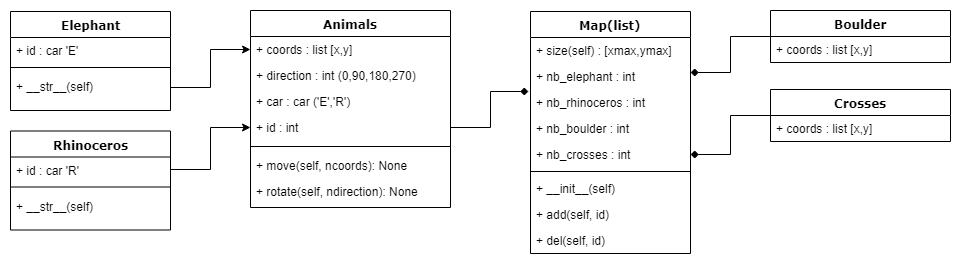
Teusner/Siam_Realm keeps this draw.io diagram as Files/Siam.png. Above is the earlier version. Source tidied: cells renumbered, new cells last; positions are measured from the earlier drawing's top-left corner, leaving out a move shared by most shapes.
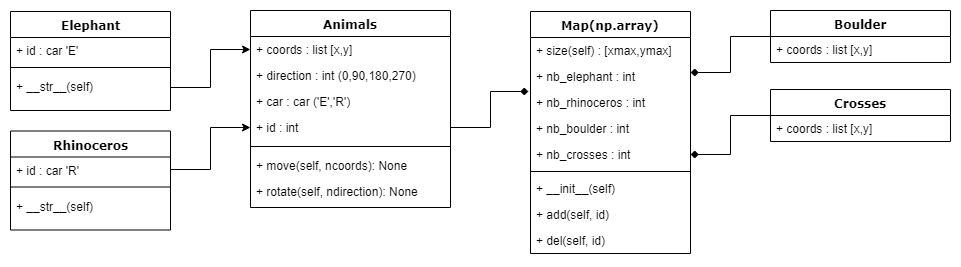
Later version of the same file.

The edit, as a diff of the source:
```diff
@@ -38,7 +38,7 @@
     <mxCell id="13" value="+ __str__(self)" style="text;html=1;strokeColor=none;fillColor=none;align=left;verticalAlign=top;spacingLeft=4;spacingRight=4;whiteSpace=wrap;overflow=hidden;points=[[0,0.5],[1,0.5]];portConstraint=eastwest;" parent="10" vertex="1">
       <mxGeometry y="62" width="160" height="28" as="geometry" />
     </mxCell>
-    <mxCell id="14" value="Map(list)" style="swimlane;html=1;fontStyle=1;align=center;verticalAlign=top;horizontal=1;startSize=26;swimlaneFillColor=#ffffff;rounded=0;shadow=0;comic=0;labelBackgroundColor=none;strokeColor=#000000;strokeWidth=1;fillColor=none;fontFamily=Verdana;fontSize=12;fontColor=#000000;" parent="1" vertex="1">
+    <mxCell id="14" value="Map(np.array)" style="swimlane;html=1;fontStyle=1;align=center;verticalAlign=top;horizontal=1;startSize=26;swimlaneFillColor=#ffffff;rounded=0;shadow=0;comic=0;labelBackgroundColor=none;strokeColor=#000000;strokeWidth=1;fillColor=none;fontFamily=Verdana;fontSize=12;fontColor=#000000;" parent="1" vertex="1">
       <mxGeometry x="520" y="1" width="160" height="242" as="geometry" />
     </mxCell>
     <mxCell id="15" value="+ size(self) : [xmax,ymax]" style="text;html=1;strokeColor=none;fillColor=none;align=left;verticalAlign=top;spacingLeft=4;spacingRight=4;whiteSpace=wrap;overflow=hidden;" parent="14" vertex="1">
```
